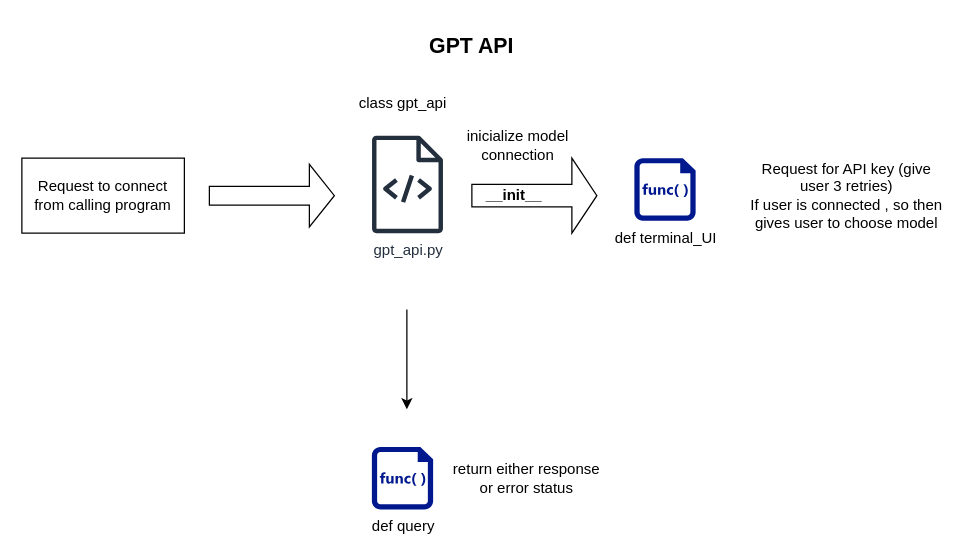
Before: page "gpt_api.py" (4 of 4) of LLAMA.drawio in SponeKiller/NLP, a draw.io diagram. Source tidied: cells renumbered, new cells numbered last; positions are measured from the earlier drawing's top-left corner, leaving out a move shared by most shapes. Both pictures are drawn from the tidied source at 125%, with x=0, y=0 at pixel (21, 21).
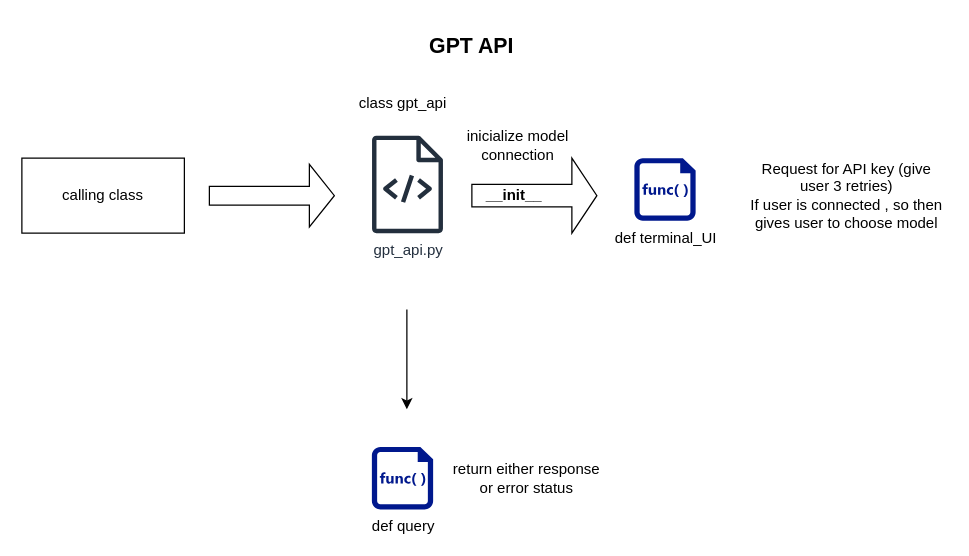
The same diagram, later.

What changed in the source:
```diff
@@
 <mxGraphModel>
   <root>
     <mxCell id="0" />
     <mxCell id="1" parent="0" />
     <mxCell id="2" value="GPT API" style="text;html=1;align=center;verticalAlign=middle;whiteSpace=wrap;rounded=0;fontStyle=1;fontSize=17;" parent="1" vertex="1">
       <mxGeometry x="60" width="600" height="40" as="geometry" />
     </mxCell>
-    <mxCell id="3" value="Request to connect from calling program" style="rounded=0;whiteSpace=wrap;html=1;" parent="1" vertex="1">
+    <mxCell id="3" value="calling class" style="rounded=0;whiteSpace=wrap;html=1;" parent="1" vertex="1">
       <mxGeometry y="109" width="130" height="60" as="geometry" />
     </mxCell>
     <mxCell id="4" style="shape=singleArrow;whiteSpace=wrap;html=1;" parent="1" vertex="1">
       <mxGeometry x="150" y="114" width="100" height="50" as="geometry" />
     </mxCell>
     <mxCell id="5" value="gpt_api.py" style="sketch=0;fontColor=#232F3E;gradientColor=none;fillColor=#232F3D;strokeColor=none;dashed=0;verticalLabelPosition=bottom;verticalAlign=top;align=center;html=1;fontSize=12;fontStyle=0;shape=mxgraph.aws4.source_code;" parent="1" vertex="1">
       <mxGeometry x="280" y="91" width="57" height="78" as="geometry" />
     </mxCell>
     <mxCell id="6" value="def terminal_UI" style="sketch=0;shadow=0;dashed=0;html=1;strokeColor=none;labelPosition=center;verticalLabelPosition=bottom;verticalAlign=top;align=center;fillColor=#00188D;shape=mxgraph.mscae.enterprise.code_file;" parent="1" vertex="1">
       <mxGeometry x="490" y="109" width="49" height="50" as="geometry" />
     </mxCell>
     <mxCell id="7" style="shape=singleArrow;whiteSpace=wrap;html=1;" parent="1" vertex="1">
       <mxGeometry x="360" y="109" width="100" height="60" as="geometry" />
     </mxCell>
     <mxCell id="8" value="class gpt_api" style="text;html=1;align=center;verticalAlign=middle;whiteSpace=wrap;rounded=0;" parent="1" vertex="1">
       <mxGeometry x="250" y="50" width="110" height="30" as="geometry" />
     </mxCell>
     <mxCell id="9" value="__init__" style="text;html=1;align=center;verticalAlign=middle;whiteSpace=wrap;rounded=0;fontStyle=1;" parent="1" vertex="1">
       <mxGeometry x="364" y="124" width="60" height="30" as="geometry" />
     </mxCell>
     <mxCell id="10" value="inicialize model connection" style="text;html=1;align=center;verticalAlign=middle;whiteSpace=wrap;rounded=0;" parent="1" vertex="1">
       <mxGeometry x="344" y="84" width="106" height="30" as="geometry" />
     </mxCell>
     <mxCell id="11" value="Request for API key (give user 3 retries)&lt;div&gt;If user is connected , so then gives user to choose model&lt;/div&gt;" style="text;html=1;align=center;verticalAlign=middle;whiteSpace=wrap;rounded=0;" parent="1" vertex="1">
       <mxGeometry x="580" y="104.5" width="160" height="69" as="geometry" />
     </mxCell>
     <mxCell id="12" style="endArrow=classic;html=1;rounded=0;" parent="1" edge="1">
       <mxGeometry relative="1" as="geometry">
         <mxPoint x="308" y="230" as="sourcePoint" />
         <mxPoint x="308" y="310" as="targetPoint" />
       </mxGeometry>
     </mxCell>
     <mxCell id="13" value="def query" style="sketch=0;shadow=0;dashed=0;html=1;strokeColor=none;labelPosition=center;verticalLabelPosition=bottom;verticalAlign=top;align=center;fillColor=#00188D;shape=mxgraph.mscae.enterprise.code_file;" parent="1" vertex="1">
       <mxGeometry x="280" y="340" width="49" height="50" as="geometry" />
     </mxCell>
     <mxCell id="14" value="return either response or error status" style="text;html=1;align=center;verticalAlign=middle;whiteSpace=wrap;rounded=0;" parent="1" vertex="1">
       <mxGeometry x="344" y="350" width="120" height="30" as="geometry" />
     </mxCell>
   </root>
 </mxGraphModel>
```
